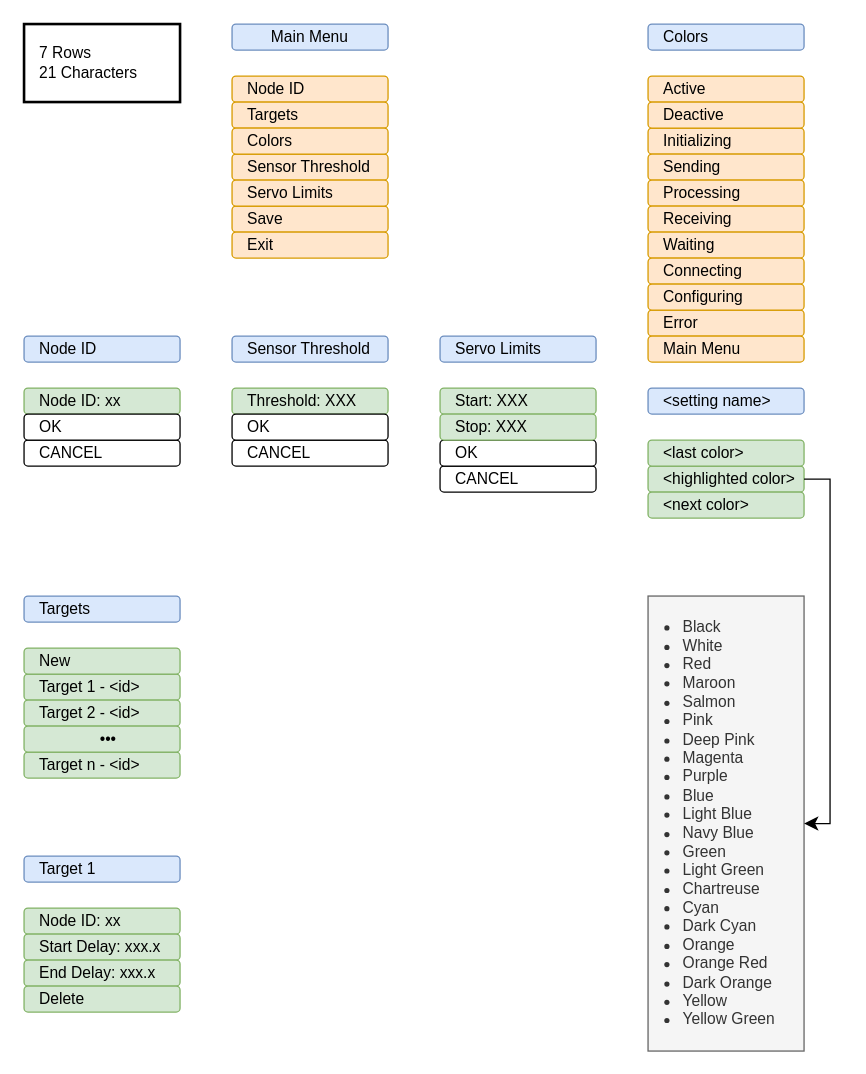
Before: page "Menus" (5 of 7) of Design/aquarius-sw-design.drawio in cyberreefguru/Aquarius, a draw.io diagram. Source tidied: cells renumbered, new cells numbered last; positions are measured from the earlier drawing's top-left corner, leaving out a move shared by most shapes. Both pictures are drawn from the tidied source at 130%, with x=0, y=0 at pixel (23, 23).
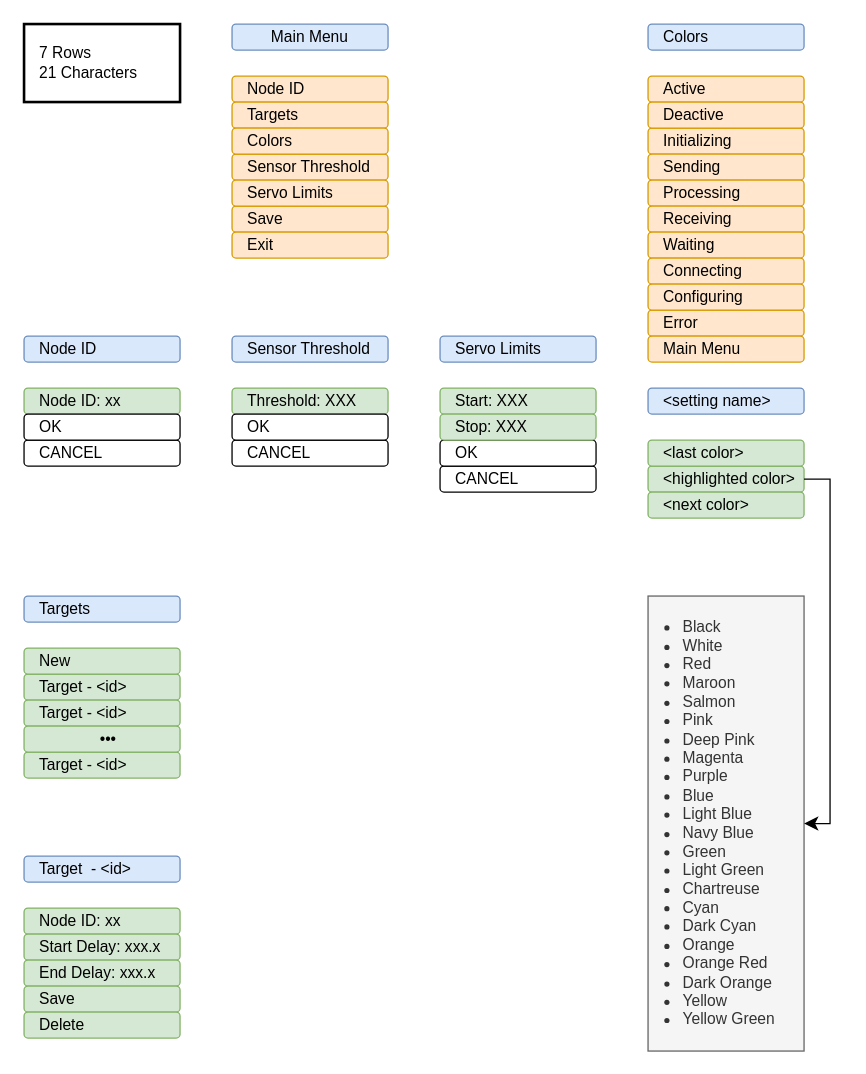
After the change.

The edit, as a diff of the source:
```diff
@@
-    <mxCell id="43" value="Target 1 - &amp;lt;id&amp;gt;" style="rounded=1;whiteSpace=wrap;html=1;align=left;spacingLeft=10;fillColor=#d5e8d4;strokeColor=#82b366;" parent="1" vertex="1">
+    <mxCell id="43" value="Target - &amp;lt;id&amp;gt;" style="rounded=1;whiteSpace=wrap;html=1;align=left;spacingLeft=10;fillColor=#d5e8d4;strokeColor=#82b366;" parent="1" vertex="1">
       <mxGeometry y="500" width="120" height="20" as="geometry" />
     </mxCell>
-    <mxCell id="44" value="Target 2&amp;nbsp;- &amp;lt;id&amp;gt;" style="rounded=1;whiteSpace=wrap;html=1;align=left;spacingLeft=10;fillColor=#d5e8d4;strokeColor=#82b366;" parent="1" vertex="1">
+    <mxCell id="44" value="Target - &amp;lt;id&amp;gt;" style="rounded=1;whiteSpace=wrap;html=1;align=left;spacingLeft=10;fillColor=#d5e8d4;strokeColor=#82b366;" parent="1" vertex="1">
       <mxGeometry y="520" width="120" height="20" as="geometry" />
     </mxCell>
-    <mxCell id="45" value="Target n -&amp;nbsp;&amp;lt;id&amp;gt;" style="rounded=1;whiteSpace=wrap;html=1;align=left;spacingLeft=10;fillColor=#d5e8d4;strokeColor=#82b366;" parent="1" vertex="1">
+    <mxCell id="45" value="Target -&amp;nbsp;&amp;lt;id&amp;gt;" style="rounded=1;whiteSpace=wrap;html=1;align=left;spacingLeft=10;fillColor=#d5e8d4;strokeColor=#82b366;" parent="1" vertex="1">
       <mxGeometry y="560" width="120" height="20" as="geometry" />
     </mxCell>
-    <mxCell id="46" value="Target 1" style="rounded=1;whiteSpace=wrap;html=1;align=left;spacingLeft=10;fillColor=#dae8fc;strokeColor=#6c8ebf;" parent="1" vertex="1">
+    <mxCell id="46" value="Target&amp;nbsp; - &amp;lt;id&amp;gt;" style="rounded=1;whiteSpace=wrap;html=1;align=left;spacingLeft=10;fillColor=#dae8fc;strokeColor=#6c8ebf;" parent="1" vertex="1">
       <mxGeometry y="640" width="120" height="20" as="geometry" />
     </mxCell>
@@
-    <mxCell id="52" value="Delete" style="rounded=1;whiteSpace=wrap;html=1;align=left;spacingLeft=10;fillColor=#d5e8d4;strokeColor=#82b366;" parent="1" vertex="1">
+    <mxCell id="52" value="Save" style="rounded=1;whiteSpace=wrap;html=1;align=left;spacingLeft=10;fillColor=#d5e8d4;strokeColor=#82b366;" parent="1" vertex="1">
       <mxGeometry y="740" width="120" height="20" as="geometry" />
     </mxCell>
+    <mxCell id="53" value="Delete" style="rounded=1;whiteSpace=wrap;html=1;align=left;spacingLeft=10;fillColor=#d5e8d4;strokeColor=#82b366;" parent="1" vertex="1">
+      <mxGeometry y="760" width="120" height="20" as="geometry" />
+    </mxCell>
```
